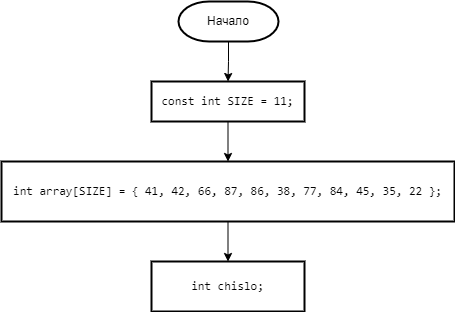
Above: Labs/Сортировка пузырьком.png in IlyaFedoseev227/LABS-PNRPU-IVT-22-1b (draw.io), before the change. Source tidied: cells renumbered, new cells last; positions are measured from the earlier drawing's top-left corner, leaving out a move shared by most shapes. The source it was exported from:
```xml
<mxGraphModel>
  <root>
    <mxCell id="0" />
    <mxCell id="1" parent="0" />
    <mxCell id="2" style="edgeStyle=orthogonalEdgeStyle;rounded=0;jettySize=auto;html=1;exitX=0.5;exitY=1;exitDx=0;exitDy=0;exitPerimeter=0;entryX=0.5;entryY=0;entryDx=0;entryDy=0;" parent="1" edge="1" source="3" target="5">
      <mxGeometry relative="1" as="geometry" />
    </mxCell>
    <mxCell id="3" value="Начало" style="strokeWidth=2;html=1;shape=mxgraph.flowchart.terminator;whiteSpace=wrap;" parent="1" vertex="1">
      <mxGeometry x="177" width="100" height="40" as="geometry" />
    </mxCell>
    <mxCell id="4" style="edgeStyle=orthogonalEdgeStyle;rounded=0;jettySize=auto;html=1;exitX=0.5;exitY=1;exitDx=0;exitDy=0;" parent="1" edge="1" source="5" target="7">
      <mxGeometry relative="1" as="geometry" />
    </mxCell>
    <mxCell id="5" value="&lt;div style=&quot;text-align: start;&quot;&gt;&lt;font face=&quot;ui-monospace, SFMono-Regular, SF Mono, Menlo, Consolas, Liberation Mono, monospace&quot;&gt;&lt;span style=&quot;background-color: rgb(255, 255, 255);&quot;&gt;const int SIZE = 11;&lt;/span&gt;&lt;/font&gt;&lt;/div&gt;" style="shape=parallelogram;perimeter=parallelogramPerimeter;whiteSpace=wrap;html=1;fixedSize=1;strokeWidth=2;size=-6;" parent="1" vertex="1">
      <mxGeometry x="150" y="80" width="153" height="40" as="geometry" />
    </mxCell>
    <mxCell id="6" style="edgeStyle=orthogonalEdgeStyle;rounded=0;jettySize=auto;html=1;exitX=0.5;exitY=1;exitDx=0;exitDy=0;" parent="1" edge="1" source="7" target="8">
      <mxGeometry relative="1" as="geometry" />
    </mxCell>
    <mxCell id="7" value="&lt;div style=&quot;text-align: start;&quot;&gt;&lt;font face=&quot;ui-monospace, SFMono-Regular, SF Mono, Menlo, Consolas, Liberation Mono, monospace&quot;&gt;int array[SIZE] = { 41, 42, 66, 87, 86, 38, 77, 84, 45, 35, 22 };&lt;/font&gt;&lt;br&gt;&lt;/div&gt;" style="shape=parallelogram;perimeter=parallelogramPerimeter;whiteSpace=wrap;html=1;fixedSize=1;strokeWidth=2;size=-6;" parent="1" vertex="1">
      <mxGeometry y="160" width="453" height="60" as="geometry" />
    </mxCell>
    <mxCell id="8" value="&lt;div style=&quot;text-align: start;&quot;&gt;&lt;font face=&quot;ui-monospace, SFMono-Regular, SF Mono, Menlo, Consolas, Liberation Mono, monospace&quot;&gt;int chislo;&lt;/font&gt;&lt;br&gt;&lt;/div&gt;" style="shape=parallelogram;perimeter=parallelogramPerimeter;whiteSpace=wrap;html=1;fixedSize=1;strokeWidth=2;size=-6;" parent="1" vertex="1">
      <mxGeometry x="150" y="260" width="153" height="50" as="geometry" />
    </mxCell>
  </root>
</mxGraphModel>
```
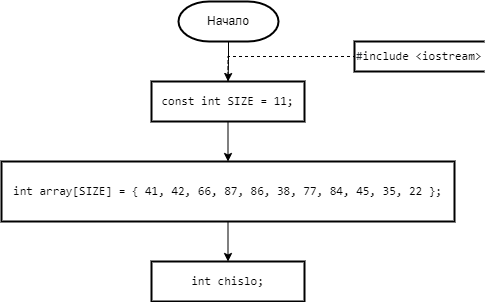
Later version of the same file.

Diff of the diagram source:
```diff
@@ -21,7 +21,13 @@
       <mxGeometry y="160" width="453" height="60" as="geometry" />
     </mxCell>
     <mxCell id="8" value="&lt;div style=&quot;text-align: start;&quot;&gt;&lt;font face=&quot;ui-monospace, SFMono-Regular, SF Mono, Menlo, Consolas, Liberation Mono, monospace&quot;&gt;int chislo;&lt;/font&gt;&lt;br&gt;&lt;/div&gt;" style="shape=parallelogram;perimeter=parallelogramPerimeter;whiteSpace=wrap;html=1;fixedSize=1;strokeWidth=2;size=-6;" parent="1" vertex="1">
-      <mxGeometry x="150" y="260" width="153" height="50" as="geometry" />
+      <mxGeometry x="150" y="260" width="153" height="40" as="geometry" />
     </mxCell>
+    <mxCell id="9" style="edgeStyle=orthogonalEdgeStyle;rounded=0;jettySize=auto;html=1;exitX=0.5;exitY=0;exitDx=0;exitDy=0;entryX=0;entryY=0.5;entryDx=0;entryDy=0;entryPerimeter=0;dashed=1;endArrow=none;endFill=0;" parent="1" edge="1" source="5" target="10">
+      <mxGeometry relative="1" as="geometry" />
+    </mxCell>
+    <mxCell id="10" value="&lt;span style=&quot;color: rgb(36, 41, 47); font-family: ui-monospace, SFMono-Regular, &amp;quot;SF Mono&amp;quot;, Menlo, Consolas, &amp;quot;Liberation Mono&amp;quot;, monospace; background-color: rgb(255, 255, 255);&quot;&gt;#&lt;/span&gt;&lt;span style=&quot;box-sizing: border-box; color: var(--color-prettylights-syntax-keyword); font-family: ui-monospace, SFMono-Regular, &amp;quot;SF Mono&amp;quot;, Menlo, Consolas, &amp;quot;Liberation Mono&amp;quot;, monospace; background-color: rgb(255, 255, 255);&quot; class=&quot;pl-k&quot;&gt;include&lt;/span&gt;&lt;span style=&quot;color: rgb(36, 41, 47); font-family: ui-monospace, SFMono-Regular, &amp;quot;SF Mono&amp;quot;, Menlo, Consolas, &amp;quot;Liberation Mono&amp;quot;, monospace; background-color: rgb(255, 255, 255);&quot;&gt; &lt;/span&gt;&lt;span style=&quot;box-sizing: border-box; color: var(--color-prettylights-syntax-string); font-family: ui-monospace, SFMono-Regular, &amp;quot;SF Mono&amp;quot;, Menlo, Consolas, &amp;quot;Liberation Mono&amp;quot;, monospace; background-color: rgb(255, 255, 255);&quot; class=&quot;pl-s&quot;&gt;&lt;span style=&quot;box-sizing: border-box; color: var(--color-prettylights-syntax-string);&quot; class=&quot;pl-pds&quot;&gt;&amp;lt;iostream&lt;/span&gt;&lt;span style=&quot;box-sizing: border-box; color: var(--color-prettylights-syntax-string);&quot; class=&quot;pl-pds&quot;&gt;&amp;gt;&lt;/span&gt;&lt;/span&gt;" style="strokeWidth=2;html=1;shape=mxgraph.flowchart.annotation_1;align=left;" parent="1" vertex="1">
+      <mxGeometry x="353" y="40" width="130" height="30" as="geometry" />
+    </mxCell>
   </root>
 </mxGraphModel>
```
